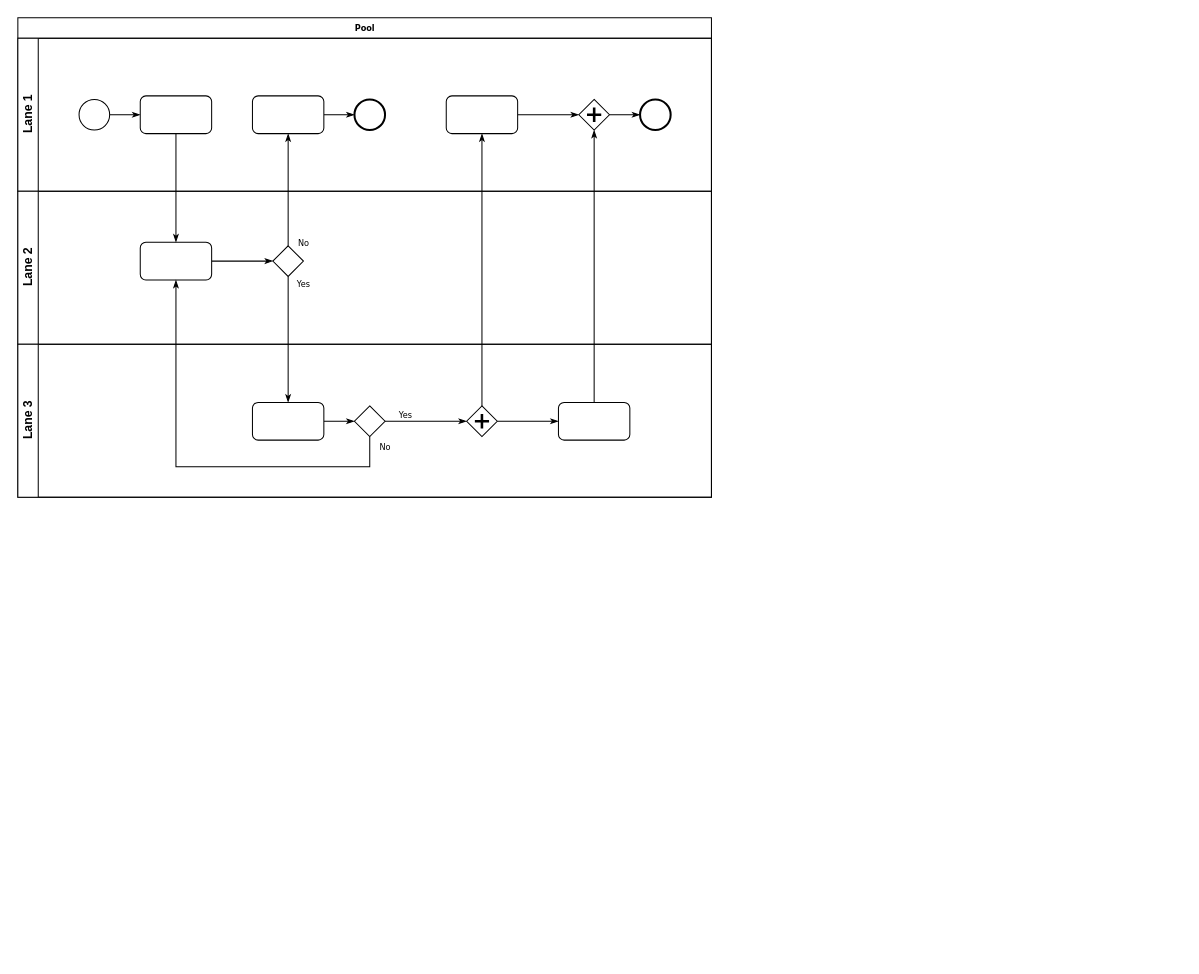
Above: Recruitment.drawio in gmachalo/usecases (draw.io), before the change. Source tidied: cells renumbered, new cells numbered last; positions are measured from the earlier drawing's top-left corner, leaving out a move shared by most shapes. Both pictures are drawn from the tidied source at 102%, with x=0, y=0 at pixel (17, 17).
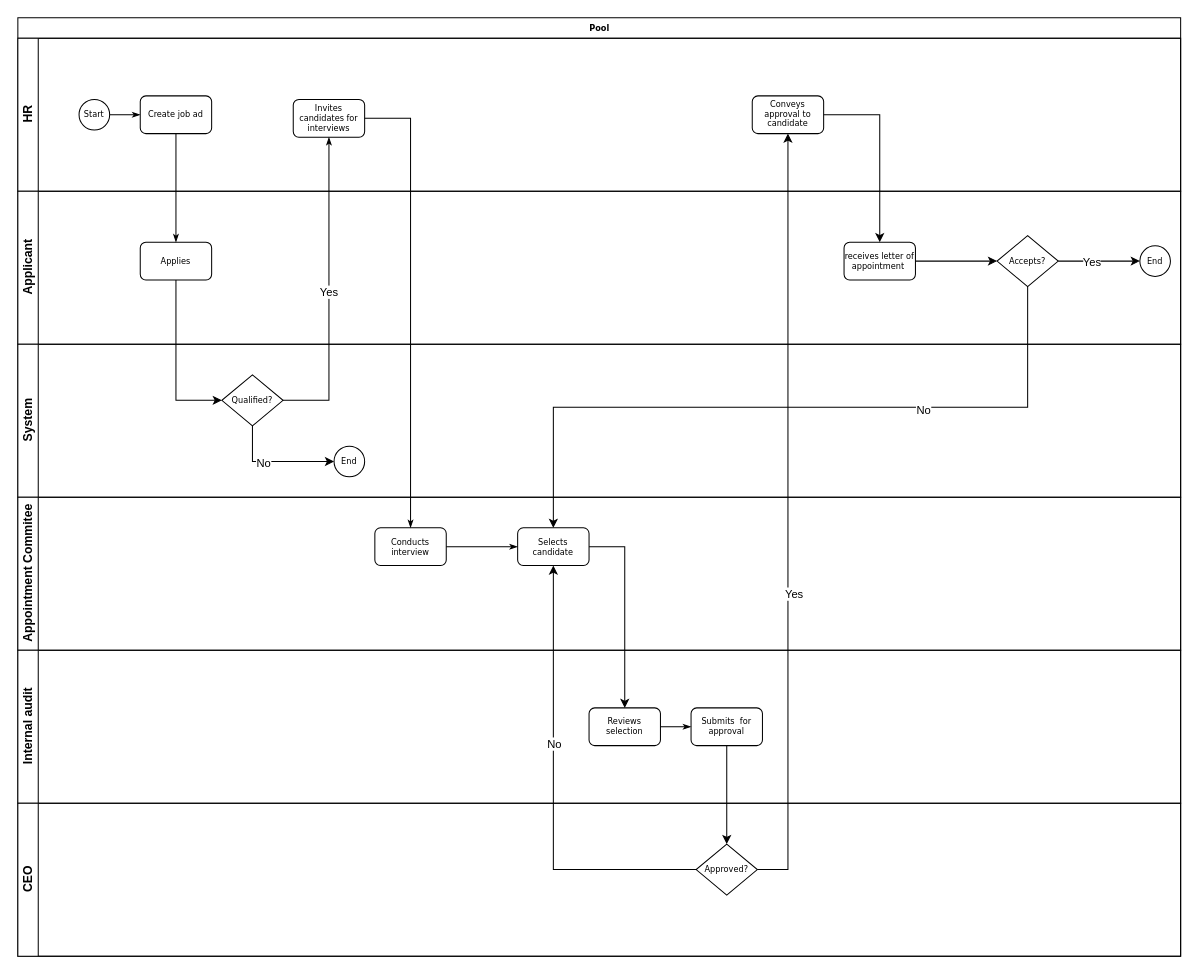
The same diagram, later.

Diff of the diagram source:
```diff
@@
     <mxCell id="2" value="Pool" style="swimlane;html=1;horizontal=1;startSize=20;rounded=0;shadow=0;labelBackgroundColor=none;strokeWidth=1;fontFamily=Verdana;fontSize=8;align=center;" parent="1" vertex="1">
-      <mxGeometry width="680" height="470" as="geometry" />
+      <mxGeometry width="1140" height="920" as="geometry" />
     </mxCell>
-    <mxCell id="3" value="Lane 1" style="swimlane;html=1;startSize=20;horizontal=0;" parent="2" vertex="1">
-      <mxGeometry y="20" width="680" height="150" as="geometry" />
+    <mxCell id="3" value="HR" style="swimlane;html=1;startSize=20;horizontal=0;" parent="2" vertex="1">
+      <mxGeometry y="20" width="1140" height="150" as="geometry" />
     </mxCell>
@@
-    <mxCell id="5" style="ellipse;whiteSpace=wrap;html=1;rounded=0;shadow=0;labelBackgroundColor=none;strokeWidth=1;fontFamily=Verdana;fontSize=8;align=center;" parent="3" vertex="1">
+    <mxCell id="5" value="Start" style="ellipse;whiteSpace=wrap;html=1;rounded=0;shadow=0;labelBackgroundColor=none;strokeWidth=1;fontFamily=Verdana;fontSize=8;align=center;" parent="3" vertex="1">
       <mxGeometry x="60" y="60" width="30" height="30" as="geometry" />
     </mxCell>
-    <mxCell id="6" style="rounded=1;whiteSpace=wrap;html=1;shadow=0;labelBackgroundColor=none;strokeWidth=1;fontFamily=Verdana;fontSize=8;align=center;" parent="3" vertex="1">
+    <mxCell id="6" value="Create job ad" style="rounded=1;whiteSpace=wrap;html=1;shadow=0;labelBackgroundColor=none;strokeWidth=1;fontFamily=Verdana;fontSize=8;align=center;" parent="3" vertex="1">
       <mxGeometry x="120" y="56.5" width="70" height="37" as="geometry" />
     </mxCell>
-    <mxCell id="7" style="edgeStyle=orthogonalEdgeStyle;rounded=0;html=1;labelBackgroundColor=none;startArrow=none;startFill=0;startSize=5;endArrow=classicThin;endFill=1;endSize=5;jettySize=auto;strokeWidth=1;fontFamily=Verdana;fontSize=8;" parent="3" edge="1" source="8" target="9">
-      <mxGeometry relative="1" as="geometry" />
-    </mxCell>
-    <mxCell id="8" style="rounded=1;whiteSpace=wrap;html=1;shadow=0;labelBackgroundColor=none;strokeWidth=1;fontFamily=Verdana;fontSize=8;align=center;" parent="3" vertex="1">
-      <mxGeometry x="230" y="56.5" width="70" height="37" as="geometry" />
-    </mxCell>
-    <mxCell id="9" style="ellipse;whiteSpace=wrap;html=1;rounded=0;shadow=0;labelBackgroundColor=none;strokeWidth=2;fontFamily=Verdana;fontSize=8;align=center;" parent="3" vertex="1">
-      <mxGeometry x="330" y="60" width="30" height="30" as="geometry" />
-    </mxCell>
+    <mxCell id="33" value="Conveys approval to candidate" style="rounded=1;whiteSpace=wrap;html=1;shadow=0;labelBackgroundColor=none;strokeWidth=1;fontFamily=Verdana;fontSize=8;align=center;" parent="3" vertex="1">
+      <mxGeometry x="720" y="56.5" width="70" height="37" as="geometry" />
+    </mxCell>
+    <mxCell id="15" value="Applicant" style="swimlane;html=1;startSize=20;horizontal=0;" parent="2" vertex="1">
+      <mxGeometry y="170" width="1140" height="150" as="geometry" />
+    </mxCell>
+    <mxCell id="17" value="Applies" style="rounded=1;whiteSpace=wrap;html=1;shadow=0;labelBackgroundColor=none;strokeWidth=1;fontFamily=Verdana;fontSize=8;align=center;" parent="15" vertex="1">
+      <mxGeometry x="120" y="50" width="70" height="37" as="geometry" />
+    </mxCell>
+    <mxCell id="34" style="edgeStyle=orthogonalEdgeStyle;rounded=0;jettySize=auto;html=1;exitX=1;exitY=0.5;exitDx=0;exitDy=0;entryX=0;entryY=0.5;entryDx=0;entryDy=0;entryPerimeter=0;" parent="15" edge="1" source="35" target="39">
+      <mxGeometry relative="1" as="geometry" />
+    </mxCell>
+    <mxCell id="35" value="receives letter of appointment&amp;nbsp;" style="rounded=1;whiteSpace=wrap;html=1;shadow=0;labelBackgroundColor=none;strokeWidth=1;fontFamily=Verdana;fontSize=8;align=center;" parent="15" vertex="1">
+      <mxGeometry x="810" y="50" width="70" height="37" as="geometry" />
+    </mxCell>
+    <mxCell id="36" value="End" style="ellipse;whiteSpace=wrap;html=1;rounded=0;shadow=0;labelBackgroundColor=none;strokeWidth=1;fontFamily=Verdana;fontSize=8;align=center;" parent="15" vertex="1">
+      <mxGeometry x="1100" y="53.5" width="30" height="30" as="geometry" />
+    </mxCell>
+    <mxCell id="37" style="edgeStyle=orthogonalEdgeStyle;rounded=0;jettySize=auto;html=1;exitX=1;exitY=0.5;exitDx=0;exitDy=0;exitPerimeter=0;entryX=0;entryY=0.5;entryDx=0;entryDy=0;" parent="15" edge="1" source="39" target="36">
+      <mxGeometry relative="1" as="geometry" />
+    </mxCell>
+    <mxCell id="38" value="Yes" style="edgeLabel;html=1;align=center;verticalAlign=middle;" parent="37" vertex="1">
+      <mxGeometry x="-0.2" relative="1" as="geometry">
+        <mxPoint y="1" as="offset" />
+      </mxGeometry>
+    </mxCell>
+    <mxCell id="39" value="Accepts?" style="strokeWidth=1;html=1;shape=mxgraph.flowchart.decision;whiteSpace=wrap;rounded=1;shadow=0;labelBackgroundColor=none;fontFamily=Verdana;fontSize=8;align=center;" parent="15" vertex="1">
+      <mxGeometry x="960" y="43.5" width="60" height="50" as="geometry" />
+    </mxCell>
+    <mxCell id="19" value="System" style="swimlane;html=1;startSize=20;horizontal=0;" parent="2" vertex="1">
+      <mxGeometry y="320" width="1140" height="150" as="geometry" />
+    </mxCell>
+    <mxCell id="40" style="edgeStyle=orthogonalEdgeStyle;rounded=0;jettySize=auto;html=1;exitX=0.5;exitY=1;exitDx=0;exitDy=0;exitPerimeter=0;entryX=0;entryY=0.5;entryDx=0;entryDy=0;" parent="19" edge="1" source="18" target="44">
+      <mxGeometry relative="1" as="geometry" />
+    </mxCell>
+    <mxCell id="41" value="No" style="edgeLabel;html=1;align=center;verticalAlign=middle;" parent="40" vertex="1">
+      <mxGeometry x="-0.22" y="-1" relative="1" as="geometry" />
+    </mxCell>
+    <mxCell id="18" value="Qualified?" style="strokeWidth=1;html=1;shape=mxgraph.flowchart.decision;whiteSpace=wrap;rounded=1;shadow=0;labelBackgroundColor=none;fontFamily=Verdana;fontSize=8;align=center;" parent="19" vertex="1">
+      <mxGeometry x="200" y="30" width="60" height="50" as="geometry" />
+    </mxCell>
+    <mxCell id="11" value="Invites candidates for interviews" style="rounded=1;whiteSpace=wrap;html=1;shadow=0;labelBackgroundColor=none;strokeWidth=1;fontFamily=Verdana;fontSize=8;align=center;" parent="19" vertex="1">
+      <mxGeometry x="270" y="-240" width="70" height="37" as="geometry" />
+    </mxCell>
+    <mxCell id="42" style="edgeStyle=orthogonalEdgeStyle;rounded=0;html=1;labelBackgroundColor=none;startArrow=none;startFill=0;startSize=5;endArrow=classicThin;endFill=1;endSize=5;jettySize=auto;strokeWidth=1;fontFamily=Verdana;fontSize=8;exitX=1;exitY=0.5;exitDx=0;exitDy=0;exitPerimeter=0;" parent="19" edge="1" source="18" target="11">
+      <mxGeometry x="-0.5" y="6" relative="1" as="geometry" />
+    </mxCell>
+    <mxCell id="43" value="Yes" style="edgeLabel;html=1;align=center;verticalAlign=middle;" parent="42" vertex="1">
+      <mxGeometry y="1" relative="1" as="geometry" />
+    </mxCell>
+    <mxCell id="44" value="End" style="ellipse;whiteSpace=wrap;html=1;rounded=0;shadow=0;labelBackgroundColor=none;strokeWidth=1;fontFamily=Verdana;fontSize=8;align=center;" parent="19" vertex="1">
+      <mxGeometry x="310" y="100" width="30" height="30" as="geometry" />
+    </mxCell>
+    <mxCell id="27" style="edgeStyle=orthogonalEdgeStyle;rounded=0;html=1;labelBackgroundColor=none;startArrow=none;startFill=0;startSize=5;endArrow=classicThin;endFill=1;endSize=5;jettySize=auto;strokeWidth=1;fontFamily=Verdana;fontSize=8;" parent="2" edge="1" source="6" target="17">
+      <mxGeometry relative="1" as="geometry" />
+    </mxCell>
+    <mxCell id="45" value="Appointment Commitee" style="swimlane;html=1;startSize=20;horizontal=0;" parent="2" vertex="1">
+      <mxGeometry y="470" width="1140" height="150" as="geometry" />
+    </mxCell>
+    <mxCell id="46" value="Conducts interview" style="rounded=1;whiteSpace=wrap;html=1;shadow=0;labelBackgroundColor=none;strokeWidth=1;fontFamily=Verdana;fontSize=8;align=center;" parent="45" vertex="1">
+      <mxGeometry x="350" y="30" width="70" height="37" as="geometry" />
+    </mxCell>
+    <mxCell id="26" value="Selects candidate" style="rounded=1;whiteSpace=wrap;html=1;shadow=0;labelBackgroundColor=none;strokeWidth=1;fontFamily=Verdana;fontSize=8;align=center;" parent="45" vertex="1">
+      <mxGeometry x="490" y="30" width="70" height="37" as="geometry" />
+    </mxCell>
+    <mxCell id="30" style="edgeStyle=orthogonalEdgeStyle;rounded=0;html=1;entryX=0;entryY=0.5;labelBackgroundColor=none;startArrow=none;startFill=0;startSize=5;endArrow=classicThin;endFill=1;endSize=5;jettySize=auto;strokeWidth=1;fontFamily=Verdana;fontSize=8;exitX=1;exitY=0.5;exitDx=0;exitDy=0;entryDx=0;entryDy=0;" parent="45" edge="1" source="46" target="26">
+      <mxGeometry relative="1" as="geometry" />
+    </mxCell>
+    <mxCell id="16" style="edgeStyle=orthogonalEdgeStyle;rounded=0;jettySize=auto;html=1;exitX=0.5;exitY=1;exitDx=0;exitDy=0;entryX=0;entryY=0.5;entryDx=0;entryDy=0;entryPerimeter=0;" parent="2" edge="1" source="17" target="18">
+      <mxGeometry relative="1" as="geometry" />
+    </mxCell>
-    <mxCell id="10" style="edgeStyle=orthogonalEdgeStyle;rounded=0;html=1;entryX=0;entryY=0.5;labelBackgroundColor=none;startArrow=none;startFill=0;startSize=5;endArrow=classicThin;endFill=1;endSize=5;jettySize=auto;strokeWidth=1;fontFamily=Verdana;fontSize=8;" parent="3" edge="1" source="11" target="13">
+    <mxCell id="10" style="edgeStyle=orthogonalEdgeStyle;rounded=0;html=1;entryX=0.5;entryY=0;labelBackgroundColor=none;startArrow=none;startFill=0;startSize=5;endArrow=classicThin;endFill=1;endSize=5;jettySize=auto;strokeWidth=1;fontFamily=Verdana;fontSize=8;entryDx=0;entryDy=0;" parent="2" edge="1" source="11" target="46">
       <mxGeometry relative="1" as="geometry" />
     </mxCell>
-    <mxCell id="11" style="rounded=1;whiteSpace=wrap;html=1;shadow=0;labelBackgroundColor=none;strokeWidth=1;fontFamily=Verdana;fontSize=8;align=center;" parent="3" vertex="1">
-      <mxGeometry x="420" y="56.5" width="70" height="37" as="geometry" />
-    </mxCell>
-    <mxCell id="12" style="edgeStyle=orthogonalEdgeStyle;rounded=0;html=1;labelBackgroundColor=none;startArrow=none;startFill=0;startSize=5;endArrow=classicThin;endFill=1;endSize=5;jettySize=auto;strokeWidth=1;fontFamily=Verdana;fontSize=8;" parent="3" edge="1" source="13" target="14">
-      <mxGeometry relative="1" as="geometry" />
-    </mxCell>
-    <mxCell id="13" style="shape=mxgraph.bpmn.shape;html=1;verticalLabelPosition=bottom;labelBackgroundColor=#ffffff;verticalAlign=top;perimeter=rhombusPerimeter;background=gateway;outline=none;symbol=parallelGw;rounded=1;shadow=0;strokeWidth=1;fontFamily=Verdana;fontSize=8;align=center;" parent="3" vertex="1">
-      <mxGeometry x="550" y="60" width="30" height="30" as="geometry" />
-    </mxCell>
-    <mxCell id="14" style="ellipse;whiteSpace=wrap;html=1;rounded=0;shadow=0;labelBackgroundColor=none;strokeWidth=2;fontFamily=Verdana;fontSize=8;align=center;" parent="3" vertex="1">
-      <mxGeometry x="610" y="60" width="30" height="30" as="geometry" />
-    </mxCell>
-    <mxCell id="15" value="Lane 2" style="swimlane;html=1;startSize=20;horizontal=0;" parent="2" vertex="1">
-      <mxGeometry y="170" width="680" height="150" as="geometry" />
-    </mxCell>
-    <mxCell id="16" style="edgeStyle=orthogonalEdgeStyle;rounded=0;html=1;labelBackgroundColor=none;startArrow=none;startFill=0;startSize=5;endArrow=classicThin;endFill=1;endSize=5;jettySize=auto;strokeWidth=1;fontFamily=Verdana;fontSize=8;" parent="15" edge="1" source="17" target="18">
-      <mxGeometry relative="1" as="geometry" />
-    </mxCell>
-    <mxCell id="17" style="rounded=1;whiteSpace=wrap;html=1;shadow=0;labelBackgroundColor=none;strokeWidth=1;fontFamily=Verdana;fontSize=8;align=center;" parent="15" vertex="1">
-      <mxGeometry x="120" y="50" width="70" height="37" as="geometry" />
-    </mxCell>
-    <mxCell id="18" style="strokeWidth=1;html=1;shape=mxgraph.flowchart.decision;whiteSpace=wrap;rounded=1;shadow=0;labelBackgroundColor=none;fontFamily=Verdana;fontSize=8;align=center;" parent="15" vertex="1">
-      <mxGeometry x="250" y="53.5" width="30" height="30" as="geometry" />
-    </mxCell>
-    <mxCell id="19" value="Lane 3" style="swimlane;html=1;startSize=20;horizontal=0;" parent="2" vertex="1">
-      <mxGeometry y="320" width="680" height="150" as="geometry" />
-    </mxCell>
-    <mxCell id="20" style="edgeStyle=orthogonalEdgeStyle;rounded=0;html=1;labelBackgroundColor=none;startArrow=none;startFill=0;startSize=5;endArrow=classicThin;endFill=1;endSize=5;jettySize=auto;strokeWidth=1;fontFamily=Verdana;fontSize=8;" parent="19" edge="1" source="21" target="23">
-      <mxGeometry relative="1" as="geometry" />
-    </mxCell>
-    <mxCell id="21" style="rounded=1;whiteSpace=wrap;html=1;shadow=0;labelBackgroundColor=none;strokeWidth=1;fontFamily=Verdana;fontSize=8;align=center;" parent="19" vertex="1">
-      <mxGeometry x="230" y="57" width="70" height="37" as="geometry" />
-    </mxCell>
-    <mxCell id="22" value="Yes" style="edgeStyle=orthogonalEdgeStyle;rounded=0;html=1;entryX=0;entryY=0.5;labelBackgroundColor=none;startArrow=none;startFill=0;startSize=5;endArrow=classicThin;endFill=1;endSize=5;jettySize=auto;strokeWidth=1;fontFamily=Verdana;fontSize=8;" parent="19" edge="1" source="23" target="25">
-      <mxGeometry x="-0.5" y="6" relative="1" as="geometry" />
-    </mxCell>
-    <mxCell id="23" style="strokeWidth=1;html=1;shape=mxgraph.flowchart.decision;whiteSpace=wrap;rounded=1;shadow=0;labelBackgroundColor=none;fontFamily=Verdana;fontSize=8;align=center;" parent="19" vertex="1">
-      <mxGeometry x="330" y="60.5" width="30" height="30" as="geometry" />
-    </mxCell>
-    <mxCell id="24" style="edgeStyle=orthogonalEdgeStyle;rounded=0;html=1;labelBackgroundColor=none;startArrow=none;startFill=0;startSize=5;endArrow=classicThin;endFill=1;endSize=5;jettySize=auto;strokeColor=#000000;strokeWidth=1;fontFamily=Verdana;fontSize=8;fontColor=#000000;" parent="19" edge="1" source="25" target="26">
-      <mxGeometry relative="1" as="geometry" />
-    </mxCell>
-    <mxCell id="25" style="shape=mxgraph.bpmn.shape;html=1;verticalLabelPosition=bottom;labelBackgroundColor=#ffffff;verticalAlign=top;perimeter=rhombusPerimeter;background=gateway;outline=none;symbol=parallelGw;rounded=1;shadow=0;strokeWidth=1;fontFamily=Verdana;fontSize=8;align=center;" parent="19" vertex="1">
-      <mxGeometry x="440" y="60.5" width="30" height="30" as="geometry" />
-    </mxCell>
-    <mxCell id="26" style="rounded=1;whiteSpace=wrap;html=1;shadow=0;labelBackgroundColor=none;strokeWidth=1;fontFamily=Verdana;fontSize=8;align=center;" parent="19" vertex="1">
-      <mxGeometry x="530" y="57" width="70" height="37" as="geometry" />
-    </mxCell>
-    <mxCell id="27" style="edgeStyle=orthogonalEdgeStyle;rounded=0;html=1;labelBackgroundColor=none;startArrow=none;startFill=0;startSize=5;endArrow=classicThin;endFill=1;endSize=5;jettySize=auto;strokeWidth=1;fontFamily=Verdana;fontSize=8;" parent="2" edge="1" source="6" target="17">
-      <mxGeometry relative="1" as="geometry" />
-    </mxCell>
-    <mxCell id="28" value="No" style="edgeStyle=orthogonalEdgeStyle;rounded=0;html=1;labelBackgroundColor=none;startArrow=none;startFill=0;startSize=5;endArrow=classicThin;endFill=1;endSize=5;jettySize=auto;strokeWidth=1;fontFamily=Verdana;fontSize=8;" parent="2" edge="1" source="18" target="8">
-      <mxGeometry x="-0.94" y="-15" relative="1" as="geometry" />
-    </mxCell>
-    <mxCell id="29" value="Yes" style="edgeStyle=orthogonalEdgeStyle;rounded=0;html=1;labelBackgroundColor=none;startArrow=none;startFill=0;startSize=5;endArrow=classicThin;endFill=1;endSize=5;jettySize=auto;strokeWidth=1;fontFamily=Verdana;fontSize=8;" parent="2" edge="1" source="18" target="21">
-      <mxGeometry x="-0.89" y="15" relative="1" as="geometry" />
-    </mxCell>
-    <mxCell id="30" style="edgeStyle=orthogonalEdgeStyle;rounded=0;html=1;entryX=0.5;entryY=1;labelBackgroundColor=none;startArrow=none;startFill=0;startSize=5;endArrow=classicThin;endFill=1;endSize=5;jettySize=auto;strokeWidth=1;fontFamily=Verdana;fontSize=8;" parent="2" edge="1" source="26" target="13">
-      <mxGeometry relative="1" as="geometry" />
-    </mxCell>
-    <mxCell id="31" value="No" style="edgeStyle=orthogonalEdgeStyle;rounded=0;html=1;labelBackgroundColor=none;startArrow=none;startFill=0;startSize=5;endArrow=classicThin;endFill=1;endSize=5;jettySize=auto;strokeWidth=1;fontFamily=Verdana;fontSize=8;" parent="2" edge="1" source="23" target="17">
-      <mxGeometry x="-0.95" y="15" relative="1" as="geometry">
-        <Array as="points">
-          <mxPoint x="345" y="440" />
-          <mxPoint x="155" y="440" />
-        </Array>
-      </mxGeometry>
-    </mxCell>
-    <mxCell id="32" style="edgeStyle=orthogonalEdgeStyle;rounded=0;html=1;labelBackgroundColor=none;startArrow=none;startFill=0;startSize=5;endArrow=classicThin;endFill=1;endSize=5;jettySize=auto;strokeWidth=1;fontFamily=Verdana;fontSize=8;" parent="2" edge="1" source="25" target="11">
-      <mxGeometry relative="1" as="geometry" />
-    </mxCell>
+    <mxCell id="47" value="Internal audit" style="swimlane;html=1;startSize=20;horizontal=0;" parent="2" vertex="1">
+      <mxGeometry y="620" width="1140" height="150" as="geometry" />
+    </mxCell>
+    <mxCell id="48" value="Reviews selection" style="rounded=1;whiteSpace=wrap;html=1;shadow=0;labelBackgroundColor=none;strokeWidth=1;fontFamily=Verdana;fontSize=8;align=center;" parent="47" vertex="1">
+      <mxGeometry x="560" y="56.5" width="70" height="37" as="geometry" />
+    </mxCell>
+    <mxCell id="49" value="Submits&amp;nbsp; for approval" style="rounded=1;whiteSpace=wrap;html=1;shadow=0;labelBackgroundColor=none;strokeWidth=1;fontFamily=Verdana;fontSize=8;align=center;" parent="47" vertex="1">
+      <mxGeometry x="660" y="56.5" width="70" height="37" as="geometry" />
+    </mxCell>
+    <mxCell id="50" style="edgeStyle=orthogonalEdgeStyle;rounded=0;html=1;entryX=0;entryY=0.5;labelBackgroundColor=none;startArrow=none;startFill=0;startSize=5;endArrow=classicThin;endFill=1;endSize=5;jettySize=auto;strokeWidth=1;fontFamily=Verdana;fontSize=8;exitX=1;exitY=0.5;exitDx=0;exitDy=0;entryDx=0;entryDy=0;" parent="47" edge="1" source="48" target="49">
+      <mxGeometry relative="1" as="geometry" />
+    </mxCell>
+    <mxCell id="51" style="edgeStyle=orthogonalEdgeStyle;rounded=0;jettySize=auto;html=1;exitX=1;exitY=0.5;exitDx=0;exitDy=0;entryX=0.5;entryY=0;entryDx=0;entryDy=0;" parent="2" edge="1" source="26" target="48">
+      <mxGeometry relative="1" as="geometry" />
+    </mxCell>
+    <mxCell id="52" value="CEO" style="swimlane;html=1;startSize=20;horizontal=0;" parent="2" vertex="1">
+      <mxGeometry y="770" width="1140" height="150" as="geometry" />
+    </mxCell>
+    <mxCell id="53" value="Approved?" style="strokeWidth=1;html=1;shape=mxgraph.flowchart.decision;whiteSpace=wrap;rounded=1;shadow=0;labelBackgroundColor=none;fontFamily=Verdana;fontSize=8;align=center;" parent="52" vertex="1">
+      <mxGeometry x="665" y="40" width="60" height="50" as="geometry" />
+    </mxCell>
+    <mxCell id="54" style="edgeStyle=orthogonalEdgeStyle;rounded=0;jettySize=auto;html=1;exitX=0.5;exitY=1;exitDx=0;exitDy=0;entryX=0.5;entryY=0;entryDx=0;entryDy=0;entryPerimeter=0;" parent="2" edge="1" source="49" target="53">
+      <mxGeometry relative="1" as="geometry" />
+    </mxCell>
+    <mxCell id="55" style="edgeStyle=orthogonalEdgeStyle;rounded=0;jettySize=auto;html=1;entryX=0.5;entryY=1;entryDx=0;entryDy=0;exitX=1;exitY=0.5;exitDx=0;exitDy=0;exitPerimeter=0;" parent="2" edge="1" source="53" target="33">
+      <mxGeometry relative="1" as="geometry" />
+    </mxCell>
+    <mxCell id="56" value="Yes" style="edgeLabel;html=1;align=center;verticalAlign=middle;" parent="55" vertex="1">
+      <mxGeometry x="-0.2" y="-5" relative="1" as="geometry" />
+    </mxCell>
+    <mxCell id="57" style="edgeStyle=orthogonalEdgeStyle;rounded=0;jettySize=auto;html=1;exitX=1;exitY=0.5;exitDx=0;exitDy=0;entryX=0.5;entryY=0;entryDx=0;entryDy=0;" parent="2" edge="1" source="33" target="35">
+      <mxGeometry relative="1" as="geometry" />
+    </mxCell>
+    <mxCell id="58" style="edgeStyle=orthogonalEdgeStyle;rounded=0;jettySize=auto;html=1;exitX=0;exitY=0.5;exitDx=0;exitDy=0;entryX=0.5;entryY=1;entryDx=0;entryDy=0;exitPerimeter=0;" parent="2" edge="1" source="53" target="26">
+      <mxGeometry relative="1" as="geometry" />
+    </mxCell>
+    <mxCell id="59" value="No" style="edgeLabel;html=1;align=center;verticalAlign=middle;" parent="58" vertex="1">
+      <mxGeometry x="0.21" relative="1" as="geometry">
+        <mxPoint y="1" as="offset" />
+      </mxGeometry>
+    </mxCell>
+    <mxCell id="60" style="edgeStyle=orthogonalEdgeStyle;rounded=0;jettySize=auto;html=1;exitX=0.5;exitY=1;exitDx=0;exitDy=0;exitPerimeter=0;entryX=0.5;entryY=0;entryDx=0;entryDy=0;" parent="2" edge="1" source="39" target="26">
+      <mxGeometry relative="1" as="geometry" />
+    </mxCell>
+    <mxCell id="61" value="No" style="edgeLabel;html=1;align=center;verticalAlign=middle;" parent="60" vertex="1">
+      <mxGeometry x="-0.37" y="3" relative="1" as="geometry" />
+    </mxCell>
```
